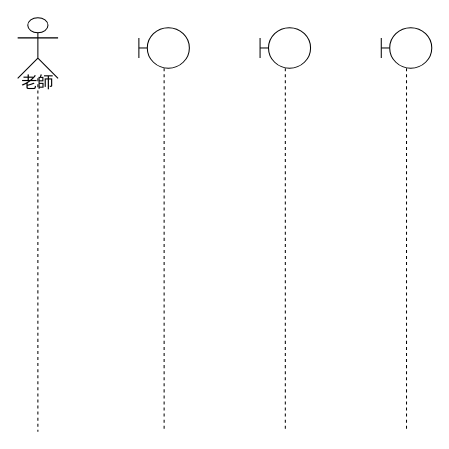
Above: UI循序圖.drawio in Kevincheng0804/System-analysis (draw.io), before the change. Source tidied: cells renumbered, new cells numbered last; positions are measured from the earlier drawing's top-left corner, leaving out a move shared by most shapes. Both pictures are drawn from the tidied source at 101%, with x=0, y=0 at pixel (17, 17).
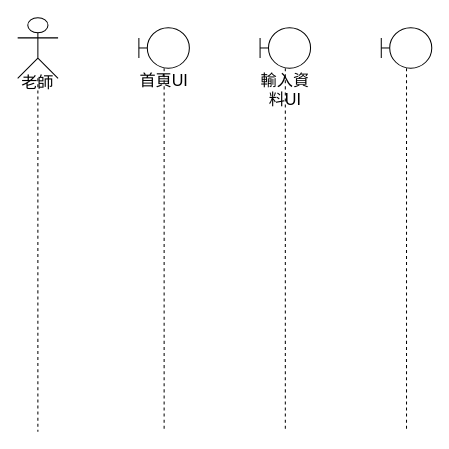
The same diagram, later.

Change to the diagram source:
```diff
@@
 <mxGraphModel>
   <root>
     <mxCell id="0" />
     <mxCell id="1" parent="0" />
     <mxCell id="2" value="&lt;p&gt;&lt;font style=&quot;font-size: 16px;&quot;&gt;老師&lt;/font&gt;&lt;/p&gt;" style="shape=umlLifeline;participant=umlActor;perimeter=lifelinePerimeter;whiteSpace=wrap;html=1;verticalAlign=top;spacingTop=36;size=60;align=center;" parent="1" vertex="1">
       <mxGeometry width="40" height="410" as="geometry" />
     </mxCell>
-    <mxCell id="3" style="shape=umlLifeline;participant=umlBoundary;perimeter=lifelinePerimeter;whiteSpace=wrap;html=1;verticalAlign=top;spacingTop=36;fontSize=16;" parent="1" vertex="1">
+    <mxCell id="3" value="首頁UI" style="shape=umlLifeline;participant=umlBoundary;perimeter=lifelinePerimeter;whiteSpace=wrap;html=1;verticalAlign=top;spacingTop=36;fontSize=16;" parent="1" vertex="1">
       <mxGeometry x="120" y="10" width="50" height="400" as="geometry" />
     </mxCell>
-    <mxCell id="4" style="shape=umlLifeline;participant=umlBoundary;perimeter=lifelinePerimeter;whiteSpace=wrap;html=1;verticalAlign=top;spacingTop=36;fontSize=16;" parent="1" vertex="1">
+    <mxCell id="4" value="輸入資料UI" style="shape=umlLifeline;participant=umlBoundary;perimeter=lifelinePerimeter;whiteSpace=wrap;html=1;verticalAlign=top;spacingTop=36;fontSize=16;" parent="1" vertex="1">
       <mxGeometry x="240" y="10" width="50" height="400" as="geometry" />
     </mxCell>
     <mxCell id="5" style="shape=umlLifeline;participant=umlBoundary;perimeter=lifelinePerimeter;whiteSpace=wrap;html=1;verticalAlign=top;spacingTop=36;fontSize=16;" parent="1" vertex="1">
       <mxGeometry x="360" y="10" width="50" height="400" as="geometry" />
     </mxCell>
   </root>
 </mxGraphModel>
```
